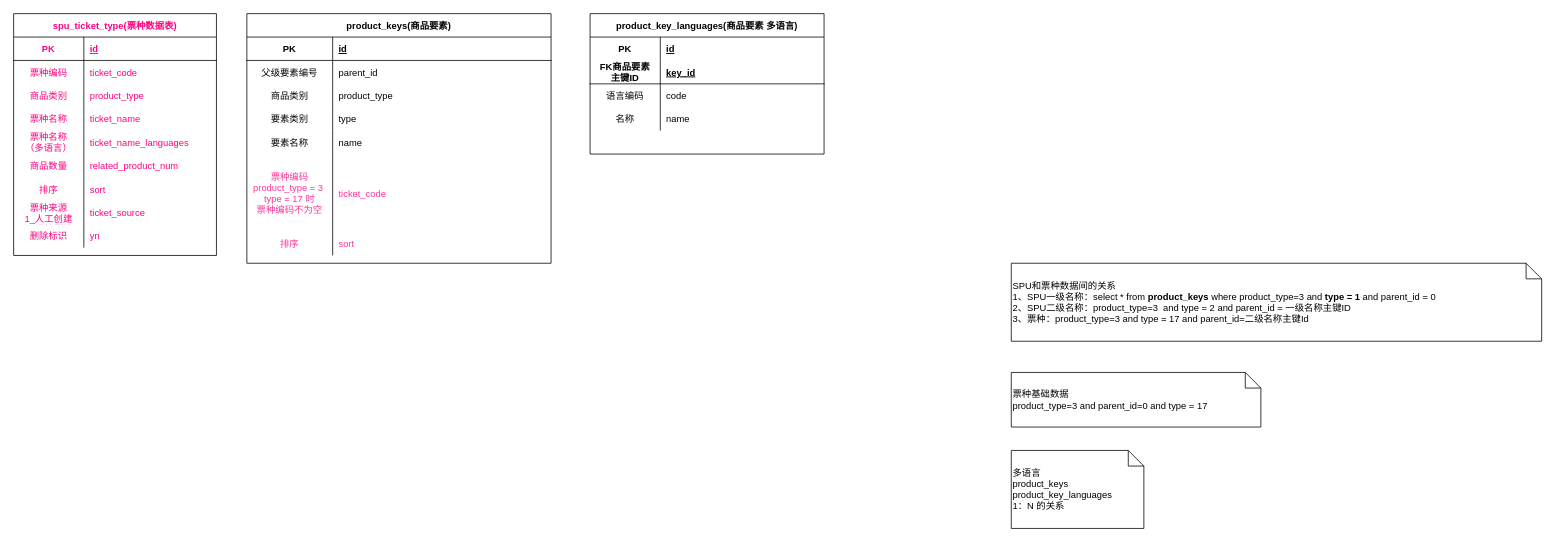
This is page "数据关系" (3 of 3) of tour-product.drawio from liqiang0113/Project, a draw.io file, before an edit. Source tidied: cells renumbered, new cells numbered last; positions are measured from the earlier drawing's top-left corner, leaving out a move shared by most shapes. Both pictures are drawn from the tidied source at 78%, with x=0, y=0 at pixel (13, 13).
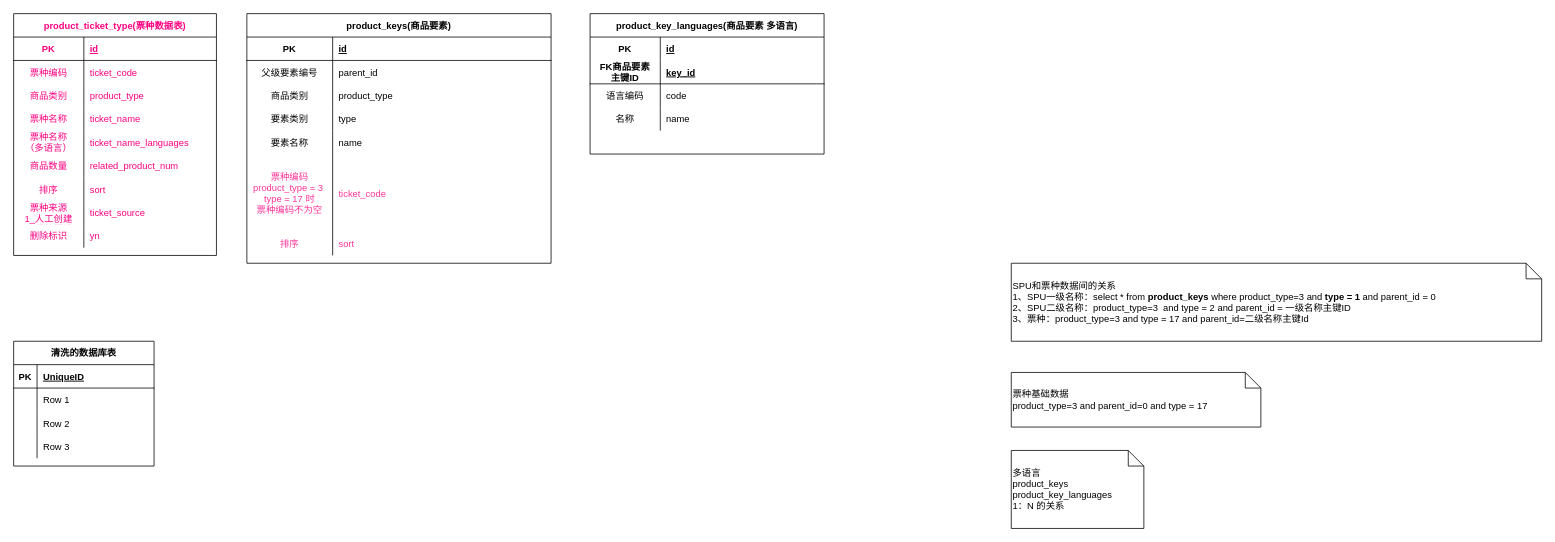
The same diagram, later.

Change to the diagram source:
```diff
@@
-    <mxCell id="40" value="spu_ticket_type(票种数据表)" style="shape=table;startSize=30;childLayout=tableLayout;rowLines=0;fontStyle=1;align=center;fontColor=#FF0080;" parent="1" vertex="1">
+    <mxCell id="40" value="product_ticket_type(票种数据表)" style="shape=table;startSize=30;childLayout=tableLayout;rowLines=0;fontStyle=1;align=center;fontColor=#FF0080;" parent="1" vertex="1">
       <mxGeometry width="260" height="310" as="geometry" />
     </mxCell>
@@
+    <mxCell id="68" value="清洗的数据库表" style="shape=table;startSize=30;childLayout=tableLayout;rowLines=0;fontStyle=1;align=center;fontColor=#000000;" parent="1" vertex="1">
+      <mxGeometry y="420" width="180" height="160" as="geometry" />
+    </mxCell>
+    <mxCell id="69" style="shape=tableRow;horizontal=0;startSize=0;swimlaneHead=0;swimlaneBody=0;fillColor=none;top=0;left=0;right=0;bottom=1;fontColor=#000000;" parent="68" vertex="1">
+      <mxGeometry y="30" width="180" height="30" as="geometry" />
+    </mxCell>
+    <mxCell id="70" value="PK" style="shape=partialRectangle;fillColor=none;top=0;left=0;bottom=0;right=0;fontStyle=1;overflow=hidden;fontColor=#000000;" parent="69" vertex="1">
+      <mxGeometry width="30" height="30" as="geometry" />
+    </mxCell>
+    <mxCell id="71" value="UniqueID" style="shape=partialRectangle;fillColor=none;top=0;left=0;bottom=0;right=0;align=left;spacingLeft=6;fontStyle=5;overflow=hidden;fontColor=#000000;" parent="69" vertex="1">
+      <mxGeometry x="30" width="150" height="30" as="geometry" />
+    </mxCell>
+    <mxCell id="72" style="shape=tableRow;horizontal=0;startSize=0;swimlaneHead=0;swimlaneBody=0;fillColor=none;top=0;left=0;right=0;bottom=0;fontColor=#000000;" parent="68" vertex="1">
+      <mxGeometry y="60" width="180" height="30" as="geometry" />
+    </mxCell>
+    <mxCell id="73" style="shape=partialRectangle;fillColor=none;top=0;left=0;bottom=0;right=0;overflow=hidden;fontColor=#000000;" parent="72" vertex="1">
+      <mxGeometry width="30" height="30" as="geometry" />
+    </mxCell>
+    <mxCell id="74" value="Row 1" style="shape=partialRectangle;fillColor=none;top=0;left=0;bottom=0;right=0;align=left;spacingLeft=6;overflow=hidden;fontColor=#000000;" parent="72" vertex="1">
+      <mxGeometry x="30" width="150" height="30" as="geometry" />
+    </mxCell>
+    <mxCell id="75" style="shape=tableRow;horizontal=0;startSize=0;swimlaneHead=0;swimlaneBody=0;fillColor=none;top=0;left=0;right=0;bottom=0;fontColor=#000000;" parent="68" vertex="1">
+      <mxGeometry y="90" width="180" height="30" as="geometry" />
+    </mxCell>
+    <mxCell id="76" style="shape=partialRectangle;fillColor=none;top=0;left=0;bottom=0;right=0;overflow=hidden;fontColor=#000000;" parent="75" vertex="1">
+      <mxGeometry width="30" height="30" as="geometry" />
+    </mxCell>
+    <mxCell id="77" value="Row 2" style="shape=partialRectangle;fillColor=none;top=0;left=0;bottom=0;right=0;align=left;spacingLeft=6;overflow=hidden;fontColor=#000000;" parent="75" vertex="1">
+      <mxGeometry x="30" width="150" height="30" as="geometry" />
+    </mxCell>
+    <mxCell id="78" style="shape=tableRow;horizontal=0;startSize=0;swimlaneHead=0;swimlaneBody=0;fillColor=none;top=0;left=0;right=0;bottom=0;fontColor=#000000;" parent="68" vertex="1">
+      <mxGeometry y="120" width="180" height="30" as="geometry" />
+    </mxCell>
+    <mxCell id="79" style="shape=partialRectangle;fillColor=none;top=0;left=0;bottom=0;right=0;overflow=hidden;fontColor=#000000;" parent="78" vertex="1">
+      <mxGeometry width="30" height="30" as="geometry" />
+    </mxCell>
+    <mxCell id="80" value="Row 3" style="shape=partialRectangle;fillColor=none;top=0;left=0;bottom=0;right=0;align=left;spacingLeft=6;overflow=hidden;fontColor=#000000;" parent="78" vertex="1">
+      <mxGeometry x="30" width="150" height="30" as="geometry" />
+    </mxCell>
```
